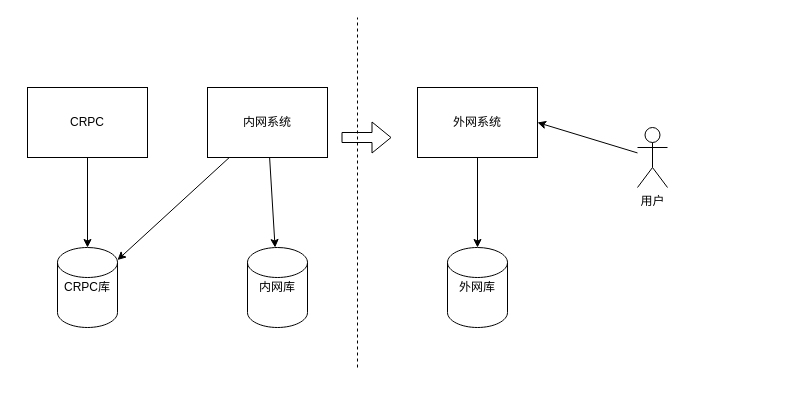
jylsoccer/guava-demo keeps this draw.io diagram as wx_task_pic_download.drawio. Above is the earlier version. Source tidied: cells renumbered, new cells numbered last; positions are measured from the earlier drawing's top-left corner, leaving out a move shared by most shapes. Both pictures are drawn from the tidied source at 100%, with x=0, y=0 at pixel (27, 17).
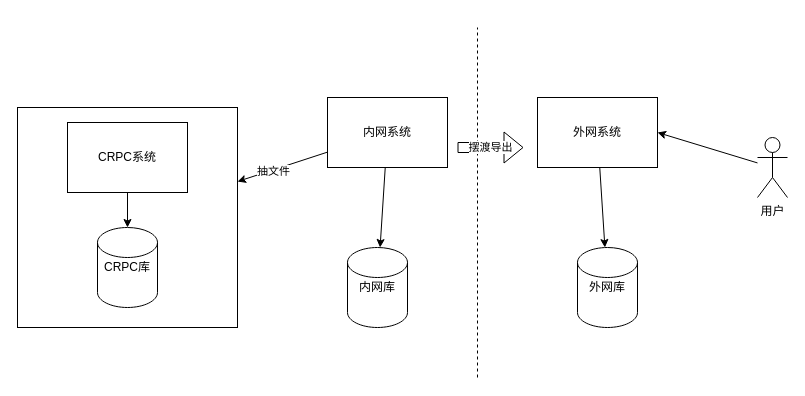
The same page after the edit.

Change to the diagram source:
```diff
@@
 <mxGraphModel>
   <root>
     <mxCell id="0" />
     <mxCell id="1" parent="0" />
+    <mxCell id="16" style="whiteSpace=wrap;html=1;fillColor=none;" parent="1" vertex="1">
+      <mxGeometry x="-10" y="90" width="220" height="220" as="geometry" />
+    </mxCell>
     <mxCell id="2" style="edgeStyle=none;rounded=0;jettySize=auto;html=1;" parent="1" edge="1" source="3" target="4">
       <mxGeometry relative="1" as="geometry" />
     </mxCell>
-    <mxCell id="3" value="CRPC" style="rounded=0;whiteSpace=wrap;html=1;" parent="1" vertex="1">
-      <mxGeometry y="70" width="120" height="70" as="geometry" />
+    <mxCell id="3" value="CRPC系统" style="rounded=0;whiteSpace=wrap;html=1;" parent="1" vertex="1">
+      <mxGeometry x="40" y="105" width="120" height="70" as="geometry" />
     </mxCell>
     <mxCell id="4" value="CRPC库" style="shape=cylinder2;whiteSpace=wrap;html=1;boundedLbl=1;backgroundOutline=1;size=15;" parent="1" vertex="1">
-      <mxGeometry x="30" y="230" width="60" height="80" as="geometry" />
+      <mxGeometry x="70" y="210" width="60" height="80" as="geometry" />
     </mxCell>
-    <mxCell id="5" style="rounded=0;jettySize=auto;html=1;" parent="1" edge="1" source="7" target="4">
+    <mxCell id="5" style="rounded=0;jettySize=auto;html=1;" parent="1" edge="1" source="7" target="16">
       <mxGeometry relative="1" as="geometry" />
     </mxCell>
+    <mxCell id="17" value="抽文件" style="edgeLabel;html=1;align=center;verticalAlign=middle;" parent="5" vertex="1">
+      <mxGeometry x="0.23" y="1" relative="1" as="geometry" />
+    </mxCell>
     <mxCell id="6" style="edgeStyle=none;rounded=0;jettySize=auto;html=1;" parent="1" edge="1" source="7" target="8">
       <mxGeometry relative="1" as="geometry" />
     </mxCell>
     <mxCell id="7" value="内网系统" style="rounded=0;whiteSpace=wrap;html=1;" parent="1" vertex="1">
-      <mxGeometry x="180" y="70" width="120" height="70" as="geometry" />
+      <mxGeometry x="300" y="80" width="120" height="70" as="geometry" />
     </mxCell>
     <mxCell id="8" value="内网库" style="shape=cylinder2;whiteSpace=wrap;html=1;boundedLbl=1;backgroundOutline=1;size=15;" parent="1" vertex="1">
-      <mxGeometry x="220" y="230" width="60" height="80" as="geometry" />
+      <mxGeometry x="320" y="230" width="60" height="80" as="geometry" />
     </mxCell>
     <mxCell id="9" style="endArrow=none;dashed=1;html=1;" parent="1" edge="1">
       <mxGeometry relative="1" as="geometry">
-        <mxPoint x="330" y="350" as="sourcePoint" />
-        <mxPoint x="330" as="targetPoint" />
+        <mxPoint x="450" y="360" as="sourcePoint" />
+        <mxPoint x="450" y="10" as="targetPoint" />
       </mxGeometry>
     </mxCell>
     <mxCell id="10" style="edgeStyle=none;rounded=0;jettySize=auto;html=1;" parent="1" edge="1" source="11" target="12">
       <mxGeometry relative="1" as="geometry" />
     </mxCell>
     <mxCell id="11" value="外网系统" style="rounded=0;whiteSpace=wrap;html=1;" parent="1" vertex="1">
-      <mxGeometry x="390" y="70" width="120" height="70" as="geometry" />
+      <mxGeometry x="510" y="80" width="120" height="70" as="geometry" />
     </mxCell>
     <mxCell id="12" value="外网库" style="shape=cylinder2;whiteSpace=wrap;html=1;boundedLbl=1;backgroundOutline=1;size=15;" parent="1" vertex="1">
-      <mxGeometry x="420" y="230" width="60" height="80" as="geometry" />
+      <mxGeometry x="550" y="230" width="60" height="80" as="geometry" />
     </mxCell>
-    <mxCell id="13" style="shape=flexArrow;endArrow=classic;html=1;" parent="1" edge="1">
+    <mxCell id="13" value="摆渡导出" style="shape=flexArrow;endArrow=classic;html=1;" parent="1" edge="1">
       <mxGeometry relative="1" as="geometry">
-        <mxPoint x="314" y="120" as="sourcePoint" />
-        <mxPoint x="364" y="120" as="targetPoint" />
+        <mxPoint x="430" y="130" as="sourcePoint" />
+        <mxPoint x="496" y="130" as="targetPoint" />
       </mxGeometry>
     </mxCell>
     <mxCell id="14" style="edgeStyle=none;rounded=0;jettySize=auto;html=1;entryX=1;entryY=0.5;entryDx=0;entryDy=0;" parent="1" edge="1" source="15" target="11">
       <mxGeometry relative="1" as="geometry" />
     </mxCell>
     <mxCell id="15" value="用户" style="shape=umlActor;verticalLabelPosition=bottom;verticalAlign=top;html=1;outlineConnect=0;" parent="1" vertex="1">
-      <mxGeometry x="610" y="110" width="30" height="60" as="geometry" />
+      <mxGeometry x="730" y="120" width="30" height="60" as="geometry" />
     </mxCell>
   </root>
 </mxGraphModel>
```
